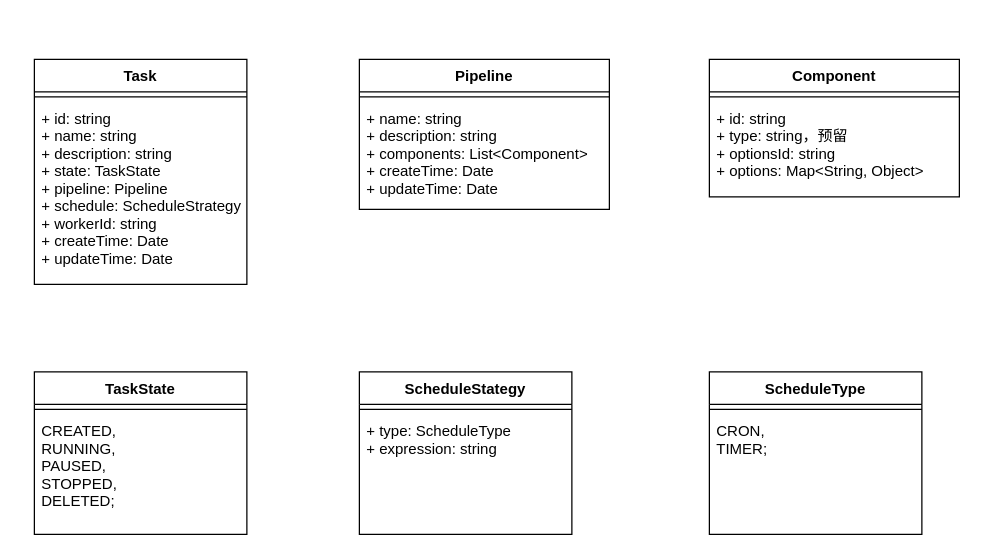
Before: page "任务-组件数据模型" (5 of 16) of 自助式接入.drawio in dophinlife/drawio, a draw.io diagram. Source tidied: cells renumbered, new cells numbered last; positions are measured from the earlier drawing's top-left corner, leaving out a move shared by most shapes. Both pictures are drawn from the tidied source at 125%, with x=0, y=0 at pixel (34, 59).
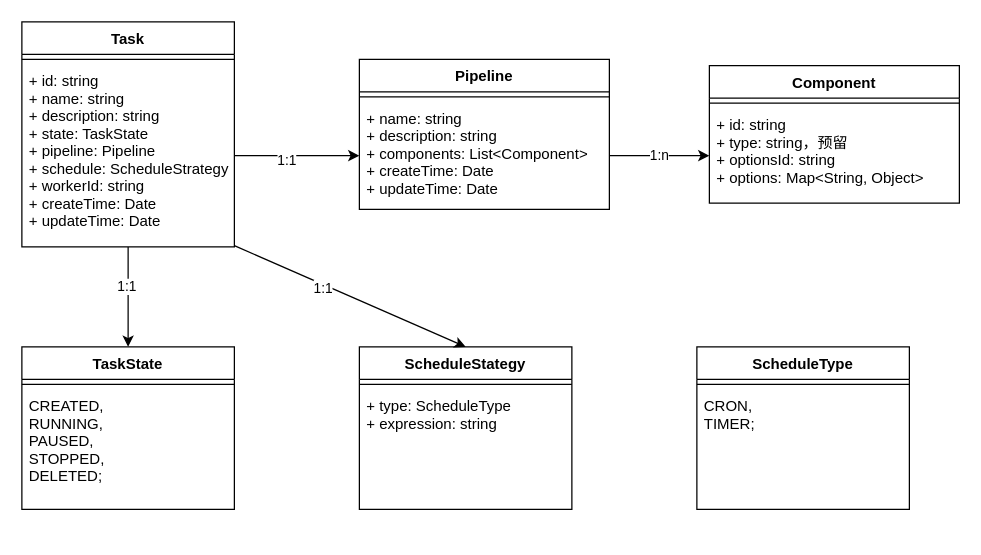
Above is the later version.

Unchanged cells that the change refers to:
```xml
<mxCell id="4" value="+ id: string&#10;+ name: string&#10;+ description: string&#10;+ state: TaskState&#10;+ pipeline: Pipeline&#10;+ schedule: ScheduleStrategy&#10;+ workerId: string&#10;+ createTime: Date&#10;+ updateTime: Date" style="text;strokeColor=none;fillColor=none;align=left;verticalAlign=top;spacingLeft=4;spacingRight=4;overflow=hidden;points=[[0,0.5],[1,0.5]];portConstraint=eastwest;" parent="2" vertex="1">
  <mxGeometry y="34" width="170" height="146" as="geometry" />
</mxCell>
<mxCell id="10" value="+ id: string&#10;+ type: string，预留&#10;+ optionsId: string&#10;+ options: Map&lt;String, Object&gt;" style="text;strokeColor=none;fillColor=none;align=left;verticalAlign=top;spacingLeft=4;spacingRight=4;overflow=hidden;points=[[0,0.5],[1,0.5]];portConstraint=eastwest;" parent="8" vertex="1">
  <mxGeometry y="34" width="200" height="76" as="geometry" />
</mxCell>
```

Diff of the diagram source:
```diff
@@
+    <mxCell id="5" value="Pipeline" style="swimlane;fontStyle=1;align=center;verticalAlign=top;horizontal=1;startSize=26;" parent="1" vertex="1">
+      <mxGeometry x="260" width="200" height="120" as="geometry" />
+    </mxCell>
+    <mxCell id="6" style="line;strokeWidth=1;fillColor=none;align=left;verticalAlign=middle;spacingTop=-1;spacingLeft=3;spacingRight=3;labelPosition=right;" parent="5" vertex="1">
+      <mxGeometry y="26" width="200" height="8" as="geometry" />
+    </mxCell>
+    <mxCell id="7" value="+ name: string&#10;+ description: string&#10;+ components: List&lt;Component&gt;&#10;+ createTime: Date&#10;+ updateTime: Date" style="text;strokeColor=none;fillColor=none;align=left;verticalAlign=top;spacingLeft=4;spacingRight=4;overflow=hidden;points=[[0,0.5],[1,0.5]];portConstraint=eastwest;" parent="5" vertex="1">
+      <mxGeometry y="34" width="200" height="86" as="geometry" />
+    </mxCell>
+    <mxCell id="20" style="edgeStyle=orthogonalEdgeStyle;rounded=0;jettySize=auto;html=1;exitX=1;exitY=0.5;exitDx=0;exitDy=0;" parent="1" edge="1" source="4" target="7">
+      <mxGeometry relative="1" as="geometry" />
+    </mxCell>
+    <mxCell id="21" value="1:1" style="edgeLabel;html=1;align=center;verticalAlign=middle;" parent="20" vertex="1">
+      <mxGeometry x="-0.18" y="-3" relative="1" as="geometry" />
+    </mxCell>
+    <mxCell id="22" style="edgeStyle=orthogonalEdgeStyle;rounded=0;jettySize=auto;html=1;entryX=0.5;entryY=0;entryDx=0;entryDy=0;" parent="1" edge="1" source="2" target="11">
+      <mxGeometry relative="1" as="geometry" />
+    </mxCell>
+    <mxCell id="23" value="1:1" style="edgeLabel;html=1;align=center;verticalAlign=middle;" parent="22" vertex="1">
+      <mxGeometry x="-0.23" y="-2" relative="1" as="geometry" />
+    </mxCell>
     <mxCell id="2" value="Task" style="swimlane;fontStyle=1;align=center;verticalAlign=top;horizontal=1;startSize=26;" parent="1" vertex="1">
-      <mxGeometry width="170" height="180" as="geometry" />
+      <mxGeometry x="-10" y="-30" width="170" height="180" as="geometry" />
     </mxCell>
@@
-    <mxCell id="5" value="Pipeline" style="swimlane;fontStyle=1;align=center;verticalAlign=top;horizontal=1;startSize=26;" parent="1" vertex="1">
-      <mxGeometry x="260" width="200" height="120" as="geometry" />
-    </mxCell>
-    <mxCell id="6" style="line;strokeWidth=1;fillColor=none;align=left;verticalAlign=middle;spacingTop=-1;spacingLeft=3;spacingRight=3;labelPosition=right;" parent="5" vertex="1">
-      <mxGeometry y="26" width="200" height="8" as="geometry" />
-    </mxCell>
-    <mxCell id="7" value="+ name: string&#10;+ description: string&#10;+ components: List&lt;Component&gt;&#10;+ createTime: Date&#10;+ updateTime: Date" style="text;strokeColor=none;fillColor=none;align=left;verticalAlign=top;spacingLeft=4;spacingRight=4;overflow=hidden;points=[[0,0.5],[1,0.5]];portConstraint=eastwest;" parent="5" vertex="1">
-      <mxGeometry y="34" width="200" height="86" as="geometry" />
-    </mxCell>
+    <mxCell id="24" value="1:n" style="edgeStyle=orthogonalEdgeStyle;rounded=0;jettySize=auto;html=1;" parent="1" edge="1" source="7" target="10">
+      <mxGeometry relative="1" as="geometry" />
+    </mxCell>
     <mxCell id="8" value="Component" style="swimlane;fontStyle=1;align=center;verticalAlign=top;horizontal=1;startSize=26;" parent="1" vertex="1">
-      <mxGeometry x="540" width="200" height="110" as="geometry" />
+      <mxGeometry x="540" y="5" width="200" height="110" as="geometry" />
     </mxCell>
@@
     <mxCell id="11" value="TaskState" style="swimlane;fontStyle=1;align=center;verticalAlign=top;horizontal=1;startSize=26;" parent="1" vertex="1">
-      <mxGeometry y="250" width="170" height="130" as="geometry" />
+      <mxGeometry x="-10" y="230" width="170" height="130" as="geometry" />
     </mxCell>
@@
     <mxCell id="14" value="ScheduleStategy" style="swimlane;fontStyle=1;align=center;verticalAlign=top;horizontal=1;startSize=26;" parent="1" vertex="1">
-      <mxGeometry x="260" y="250" width="170" height="130" as="geometry" />
+      <mxGeometry x="260" y="230" width="170" height="130" as="geometry" />
     </mxCell>
@@
+    <mxCell id="25" style="rounded=0;jettySize=auto;html=1;entryX=0.5;entryY=0;entryDx=0;entryDy=0;exitX=1;exitY=0.993;exitDx=0;exitDy=0;exitPerimeter=0;" parent="1" edge="1" source="4" target="14">
+      <mxGeometry relative="1" as="geometry" />
+    </mxCell>
+    <mxCell id="26" value="1:1" style="edgeLabel;html=1;align=center;verticalAlign=middle;" parent="25" vertex="1">
+      <mxGeometry x="-0.23" y="-2" relative="1" as="geometry" />
+    </mxCell>
     <mxCell id="17" value="ScheduleType" style="swimlane;fontStyle=1;align=center;verticalAlign=top;horizontal=1;startSize=26;" parent="1" vertex="1">
-      <mxGeometry x="540" y="250" width="170" height="130" as="geometry" />
+      <mxGeometry x="530" y="230" width="170" height="130" as="geometry" />
     </mxCell>
```
